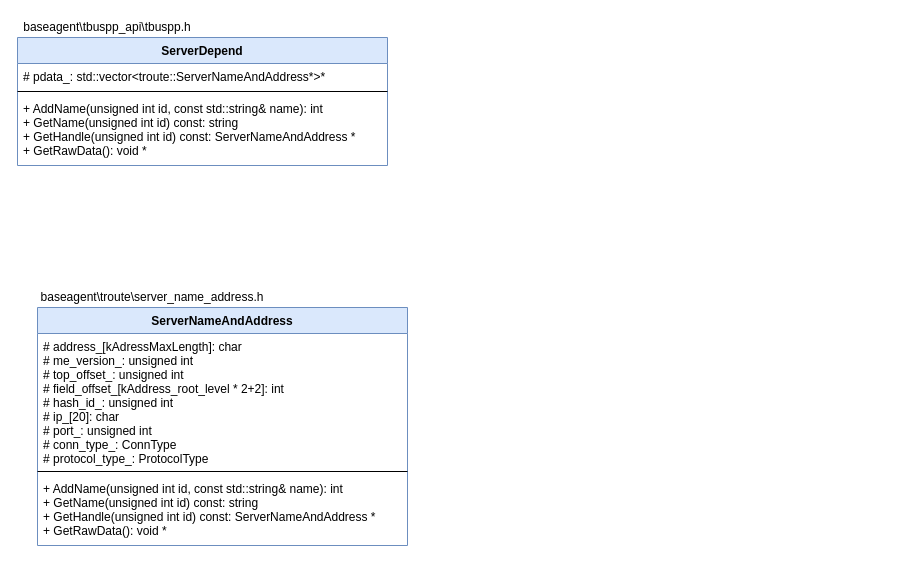
Above: tbuspp.drawio in walkerdu/draw_io (draw.io), before the change. Source tidied: cells renumbered, new cells numbered last; positions are measured from the earlier drawing's top-left corner, leaving out a move shared by most shapes. Both pictures are drawn from the tidied source at 100%, with x=0, y=0 at pixel (17, 17).
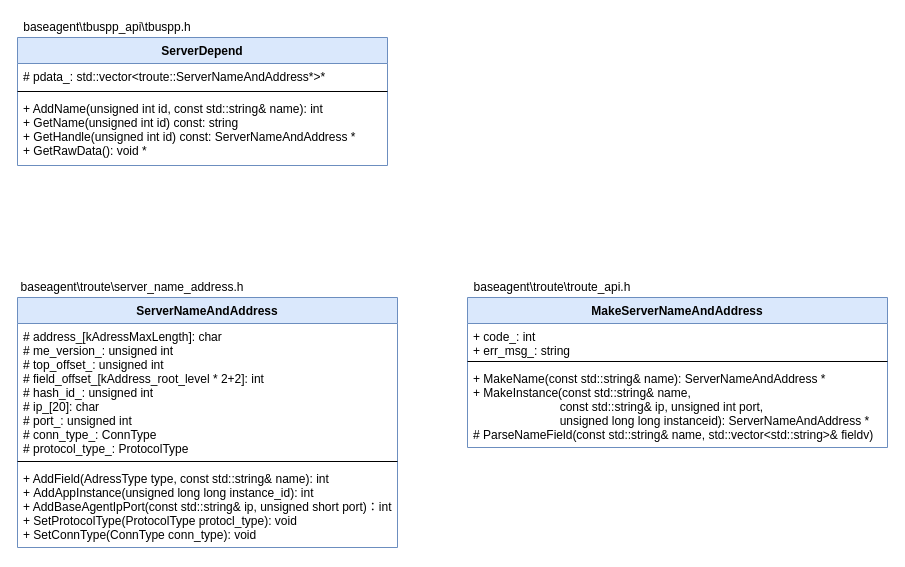
Above is the later version.

What changed in the source:
```diff
@@
 <mxGraphModel>
   <root>
     <mxCell id="0" />
     <mxCell id="1" parent="0" />
     <mxCell id="2" value="ServerDepend" style="swimlane;fontStyle=1;align=center;verticalAlign=top;horizontal=1;startSize=26;fillColor=#dae8fc;strokeColor=#6c8ebf;" parent="1" vertex="1">
       <mxGeometry y="20" width="370" height="128" as="geometry" />
     </mxCell>
     <mxCell id="3" value="# pdata_: std::vector&lt;troute::ServerNameAndAddress*&gt;*" style="text;align=left;verticalAlign=top;spacingLeft=4;spacingRight=4;overflow=hidden;" parent="2" vertex="1">
       <mxGeometry y="26" width="370" height="24" as="geometry" />
     </mxCell>
     <mxCell id="4" style="line;strokeWidth=1;fillColor=none;align=left;verticalAlign=middle;spacingTop=-1;spacingLeft=3;spacingRight=3;labelPosition=right;" parent="2" vertex="1">
       <mxGeometry y="50" width="370" height="8" as="geometry" />
     </mxCell>
     <mxCell id="5" value="+ AddName(unsigned int id, const std::string&amp; name): int &#10;+ GetName(unsigned int id) const: string&#10;+ GetHandle(unsigned int id) const: ServerNameAndAddress *&#10;+ GetRawData(): void *" style="text;align=left;verticalAlign=top;spacingLeft=4;spacingRight=4;overflow=hidden;" parent="2" vertex="1">
       <mxGeometry y="58" width="370" height="70" as="geometry" />
     </mxCell>
     <mxCell id="6" value="baseagent\tbuspp_api\tbuspp.h" style="text;html=1;strokeColor=none;fillColor=none;align=center;verticalAlign=middle;whiteSpace=wrap;rounded=0;" parent="1" vertex="1">
       <mxGeometry width="180" height="20" as="geometry" />
     </mxCell>
     <mxCell id="7" value="baseagent\troute\server_name_address.h" style="text;html=1;strokeColor=none;fillColor=none;align=center;verticalAlign=middle;whiteSpace=wrap;rounded=0;" parent="1" vertex="1">
-      <mxGeometry x="20" y="270" width="230" height="20" as="geometry" />
+      <mxGeometry y="260" width="230" height="20" as="geometry" />
     </mxCell>
     <mxCell id="8" value="ServerNameAndAddress" style="swimlane;fontStyle=1;align=center;verticalAlign=top;horizontal=1;startSize=26;fillColor=#dae8fc;strokeColor=#6c8ebf;" parent="1" vertex="1">
-      <mxGeometry x="20" y="290" width="370" height="238" as="geometry" />
+      <mxGeometry y="280" width="380" height="250" as="geometry" />
     </mxCell>
     <mxCell id="9" value="# address_[kAdressMaxLength]: char &#10;# me_version_: unsigned int&#10;# top_offset_: unsigned int&#10;# field_offset_[kAddress_root_level * 2+2]: int&#10;# hash_id_: unsigned int&#10;# ip_[20]: char&#10;# port_: unsigned int&#10;# conn_type_: ConnType&#10;# protocol_type_: ProtocolType" style="text;align=left;verticalAlign=top;spacingLeft=4;spacingRight=4;overflow=hidden;fontColor=#000000;" parent="8" vertex="1">
-      <mxGeometry y="26" width="370" height="134" as="geometry" />
+      <mxGeometry y="26" width="380" height="134" as="geometry" />
     </mxCell>
     <mxCell id="10" style="line;strokeWidth=1;fillColor=none;align=left;verticalAlign=middle;spacingTop=-1;spacingLeft=3;spacingRight=3;labelPosition=right;" parent="8" vertex="1">
-      <mxGeometry y="160" width="370" height="8" as="geometry" />
+      <mxGeometry y="160" width="380" height="8" as="geometry" />
     </mxCell>
-    <mxCell id="11" value="+ AddName(unsigned int id, const std::string&amp; name): int &#10;+ GetName(unsigned int id) const: string&#10;+ GetHandle(unsigned int id) const: ServerNameAndAddress *&#10;+ GetRawData(): void *" style="text;align=left;verticalAlign=top;spacingLeft=4;spacingRight=4;overflow=hidden;" parent="8" vertex="1">
-      <mxGeometry y="168" width="370" height="70" as="geometry" />
+    <mxCell id="11" value="+ AddField(AdressType type, const std::string&amp; name): int &#10;+ AddAppInstance(unsigned long long instance_id): int&#10;+ AddBaseAgentIpPort(const std::string&amp; ip, unsigned short port)：int&#10;+ SetProtocolType(ProtocolType protocl_type): void&#10;+ SetConnType(ConnType conn_type): void" style="text;align=left;verticalAlign=top;spacingLeft=4;spacingRight=4;overflow=hidden;" parent="8" vertex="1">
+      <mxGeometry y="168" width="380" height="82" as="geometry" />
     </mxCell>
+    <mxCell id="12" value="MakeServerNameAndAddress" style="swimlane;fontStyle=1;align=center;verticalAlign=top;horizontal=1;startSize=26;fillColor=#dae8fc;strokeColor=#6c8ebf;" parent="1" vertex="1">
+      <mxGeometry x="450" y="280" width="420" height="150" as="geometry" />
+    </mxCell>
+    <mxCell id="13" value="+ code_: int&#10;+ err_msg_: string" style="text;align=left;verticalAlign=top;spacingLeft=4;spacingRight=4;overflow=hidden;" parent="12" vertex="1">
+      <mxGeometry y="26" width="420" height="34" as="geometry" />
+    </mxCell>
+    <mxCell id="14" style="line;strokeWidth=1;fillColor=none;align=left;verticalAlign=middle;spacingTop=-1;spacingLeft=3;spacingRight=3;labelPosition=right;" parent="12" vertex="1">
+      <mxGeometry y="60" width="420" height="8" as="geometry" />
+    </mxCell>
+    <mxCell id="15" value="+ MakeName(const std::string&amp; name): ServerNameAndAddress *&#10;+ MakeInstance(const std::string&amp; name, &#10;                          const std::string&amp; ip, unsigned int port, &#10;                          unsigned long long instanceid): ServerNameAndAddress *&#10;# ParseNameField(const std::string&amp; name, std::vector&lt;std::string&gt;&amp; fieldv)" style="text;align=left;verticalAlign=top;spacingLeft=4;spacingRight=4;overflow=hidden;" parent="12" vertex="1">
+      <mxGeometry y="68" width="420" height="82" as="geometry" />
+    </mxCell>
+    <mxCell id="16" value="baseagent\troute\troute_api.h" style="text;html=1;strokeColor=none;fillColor=none;align=center;verticalAlign=middle;whiteSpace=wrap;rounded=0;" parent="1" vertex="1">
+      <mxGeometry x="450" y="260" width="170" height="20" as="geometry" />
+    </mxCell>
   </root>
 </mxGraphModel>
```
